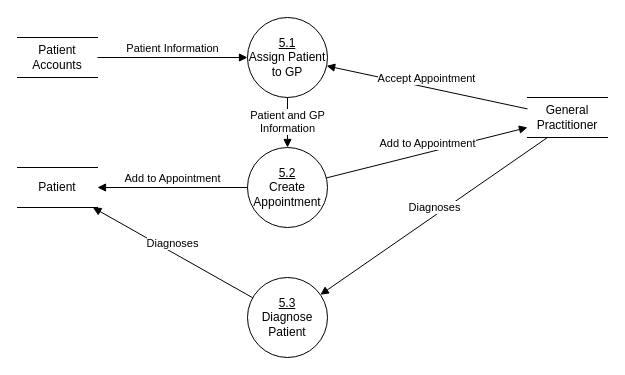
Before: OliverWork/Milestone2/Level1DFDGPAppointments.drawio in SENG-350-2024-fall/Team9, a draw.io diagram. Source tidied: cells renumbered, new cells numbered last; positions are measured from the earlier drawing's top-left corner, leaving out a move shared by most shapes. Both pictures are drawn from the tidied source at 100%, with x=0, y=0 at pixel (17, 17).
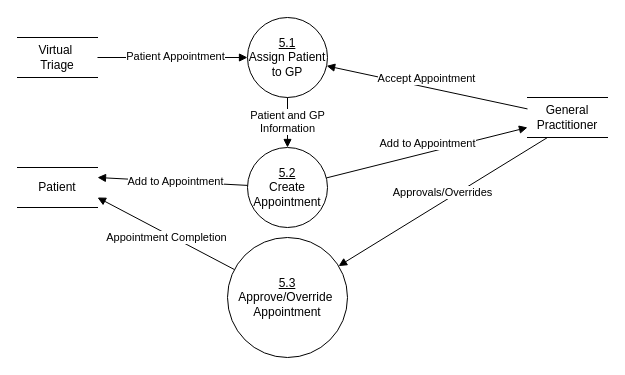
The same diagram, later.

Change to the diagram source:
```diff
@@
 <mxGraphModel>
   <root>
     <mxCell id="0" />
     <mxCell id="1" parent="0" />
     <mxCell id="2" value="&lt;u&gt;5.2&lt;/u&gt;&lt;div&gt;Create Appointment&lt;/div&gt;" style="ellipse;whiteSpace=wrap;html=1;" parent="1" vertex="1">
       <mxGeometry x="230" y="130" width="80" height="80" as="geometry" />
     </mxCell>
     <mxCell id="3" value="&lt;u&gt;5.1&lt;/u&gt;&lt;div&gt;Assign Patient to GP&lt;/div&gt;" style="ellipse;whiteSpace=wrap;html=1;" parent="1" vertex="1">
       <mxGeometry x="230" width="80" height="80" as="geometry" />
     </mxCell>
     <mxCell id="4" value="General Practitioner" style="shape=partialRectangle;whiteSpace=wrap;html=1;left=0;right=0;fillColor=none;" parent="1" vertex="1">
       <mxGeometry x="510" y="80" width="80" height="40" as="geometry" />
     </mxCell>
     <mxCell id="5" value="Accept Appointment" style="html=1;verticalAlign=bottom;endArrow=block;curved=0;rounded=0;" parent="1" edge="1" source="4" target="3">
       <mxGeometry relative="1" as="geometry" />
     </mxCell>
-    <mxCell id="6" value="Patient Accounts" style="shape=partialRectangle;whiteSpace=wrap;html=1;left=0;right=0;fillColor=none;" parent="1" vertex="1">
+    <mxCell id="6" value="Virtual&amp;nbsp;&lt;div&gt;Triage&lt;/div&gt;" style="shape=partialRectangle;whiteSpace=wrap;html=1;left=0;right=0;fillColor=none;" parent="1" vertex="1">
       <mxGeometry y="20" width="80" height="40" as="geometry" />
     </mxCell>
-    <mxCell id="7" value="Patient Information" style="html=1;verticalAlign=bottom;endArrow=block;curved=0;rounded=0;" parent="1" edge="1" source="6" target="3">
+    <mxCell id="7" style="html=1;verticalAlign=bottom;endArrow=block;curved=0;rounded=0;" parent="1" edge="1" source="6" target="3">
       <mxGeometry relative="1" as="geometry" />
     </mxCell>
+    <mxCell id="15" value="Patient Appointment" style="edgeLabel;html=1;align=center;verticalAlign=middle;" parent="7" vertex="1">
+      <mxGeometry x="0.09" y="3" relative="1" as="geometry">
+        <mxPoint x="-5" y="1" as="offset" />
+      </mxGeometry>
+    </mxCell>
     <mxCell id="8" value="Patient and GP&lt;div&gt;Information&lt;/div&gt;" style="html=1;verticalAlign=bottom;endArrow=block;curved=0;rounded=0;" parent="1" edge="1" source="3" target="2">
       <mxGeometry x="0.6" relative="1" as="geometry" />
     </mxCell>
-    <mxCell id="9" value="&lt;u&gt;5.3&lt;/u&gt;&lt;div&gt;Diagnose Patient&lt;/div&gt;" style="ellipse;whiteSpace=wrap;html=1;" parent="1" vertex="1">
-      <mxGeometry x="230" y="260" width="80" height="80" as="geometry" />
+    <mxCell id="9" value="&lt;u&gt;5.3&lt;/u&gt;&lt;div&gt;Approve/&lt;span style=&quot;background-color: initial;&quot;&gt;Override&amp;nbsp;&lt;/span&gt;&lt;/div&gt;&lt;div&gt;&lt;span style=&quot;background-color: initial;&quot;&gt;Appointment&lt;/span&gt;&lt;/div&gt;" style="ellipse;whiteSpace=wrap;html=1;" parent="1" vertex="1">
+      <mxGeometry x="210" y="220" width="120" height="120" as="geometry" />
     </mxCell>
-    <mxCell id="10" value="Diagnoses" style="html=1;verticalAlign=bottom;endArrow=block;curved=0;rounded=0;exitX=0.25;exitY=1;exitDx=0;exitDy=0;" parent="1" edge="1" source="4" target="9">
+    <mxCell id="10" value="Approvals/Overrides" style="html=1;verticalAlign=bottom;endArrow=block;curved=0;rounded=0;exitX=0.25;exitY=1;exitDx=0;exitDy=0;" parent="1" edge="1" source="4" target="9">
       <mxGeometry relative="1" as="geometry" />
     </mxCell>
     <mxCell id="11" value="Patient" style="shape=partialRectangle;whiteSpace=wrap;html=1;left=0;right=0;fillColor=none;" parent="1" vertex="1">
       <mxGeometry y="150" width="80" height="40" as="geometry" />
     </mxCell>
-    <mxCell id="12" value="Diagnoses" style="html=1;verticalAlign=bottom;endArrow=block;curved=0;rounded=0;" parent="1" edge="1" source="9" target="11">
+    <mxCell id="12" style="html=1;verticalAlign=bottom;endArrow=block;curved=0;rounded=0;entryX=1;entryY=0.75;entryDx=0;entryDy=0;" parent="1" edge="1" source="9" target="11">
       <mxGeometry relative="1" as="geometry" />
     </mxCell>
+    <mxCell id="16" value="Appointment Completion" style="edgeLabel;html=1;align=center;verticalAlign=middle;" parent="12" vertex="1">
+      <mxGeometry x="0.25" y="-4" relative="1" as="geometry">
+        <mxPoint x="16" y="16" as="offset" />
+      </mxGeometry>
+    </mxCell>
-    <mxCell id="13" value="Add to Appointment" style="html=1;verticalAlign=bottom;endArrow=block;curved=0;rounded=0;" parent="1" edge="1" source="2" target="11">
+    <mxCell id="13" style="html=1;verticalAlign=bottom;endArrow=block;curved=0;rounded=0;entryX=1;entryY=0.25;entryDx=0;entryDy=0;" parent="1" edge="1" source="2" target="11">
       <mxGeometry relative="1" as="geometry" />
     </mxCell>
+    <mxCell id="17" value="Add to Appointment" style="edgeLabel;html=1;align=center;verticalAlign=middle;" parent="13" vertex="1">
+      <mxGeometry x="-0.03" y="-1" relative="1" as="geometry" />
+    </mxCell>
     <mxCell id="14" value="Add to Appointment" style="html=1;verticalAlign=bottom;endArrow=block;curved=0;rounded=0;" parent="1" edge="1" source="2" target="4">
       <mxGeometry relative="1" as="geometry" />
     </mxCell>
   </root>
 </mxGraphModel>
```
